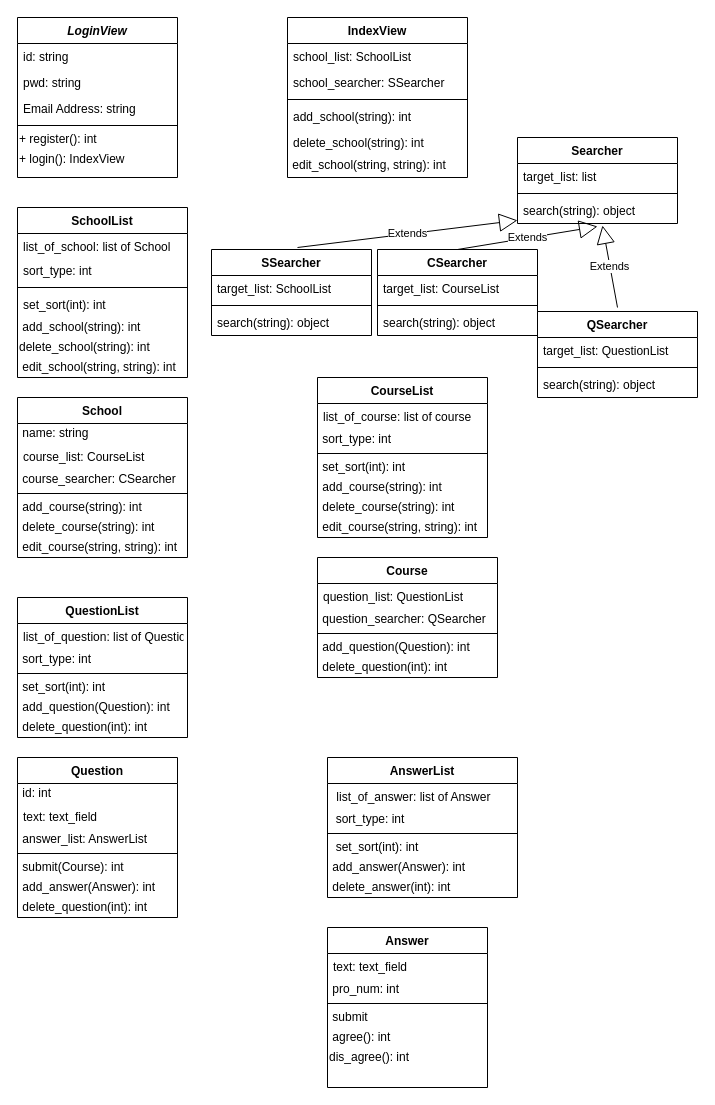
Above: PkuWenWenClasses.drawio in Dee-Why/PkuWenWen (draw.io), before the change. Source tidied: cells renumbered, new cells numbered last; positions are measured from the earlier drawing's top-left corner, leaving out a move shared by most shapes. Both pictures are drawn from the tidied source at 100%, with x=0, y=0 at pixel (17, 17).
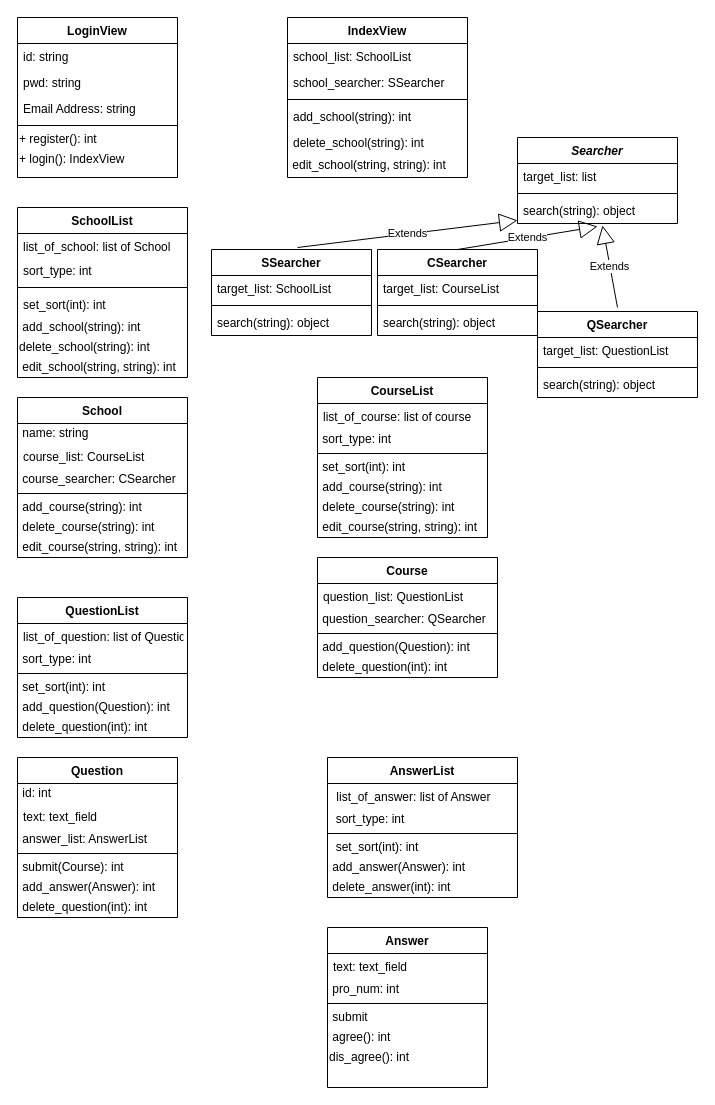
The same page after the edit.

The edit, as a diff of the source:
```diff
@@
-    <mxCell id="2" value="LoginView" style="swimlane;fontStyle=3;align=center;verticalAlign=top;horizontal=1;startSize=26;rounded=0;shadow=0;strokeWidth=1;" parent="1" vertex="1">
+    <mxCell id="2" value="LoginView" style="swimlane;fontStyle=1;align=center;verticalAlign=top;horizontal=1;startSize=26;rounded=0;shadow=0;strokeWidth=1;" parent="1" vertex="1">
       <mxGeometry width="160" height="160" as="geometry" />
     </mxCell>
@@
-    <mxCell id="75" value="Searcher" style="swimlane;fontStyle=1;align=center;verticalAlign=top;horizontal=1;startSize=26;" parent="1" vertex="1">
+    <mxCell id="75" value="Searcher" style="swimlane;fontStyle=3;align=center;verticalAlign=top;horizontal=1;startSize=26;" parent="1" vertex="1">
       <mxGeometry x="500" y="120" width="160" height="86" as="geometry" />
     </mxCell>
```
